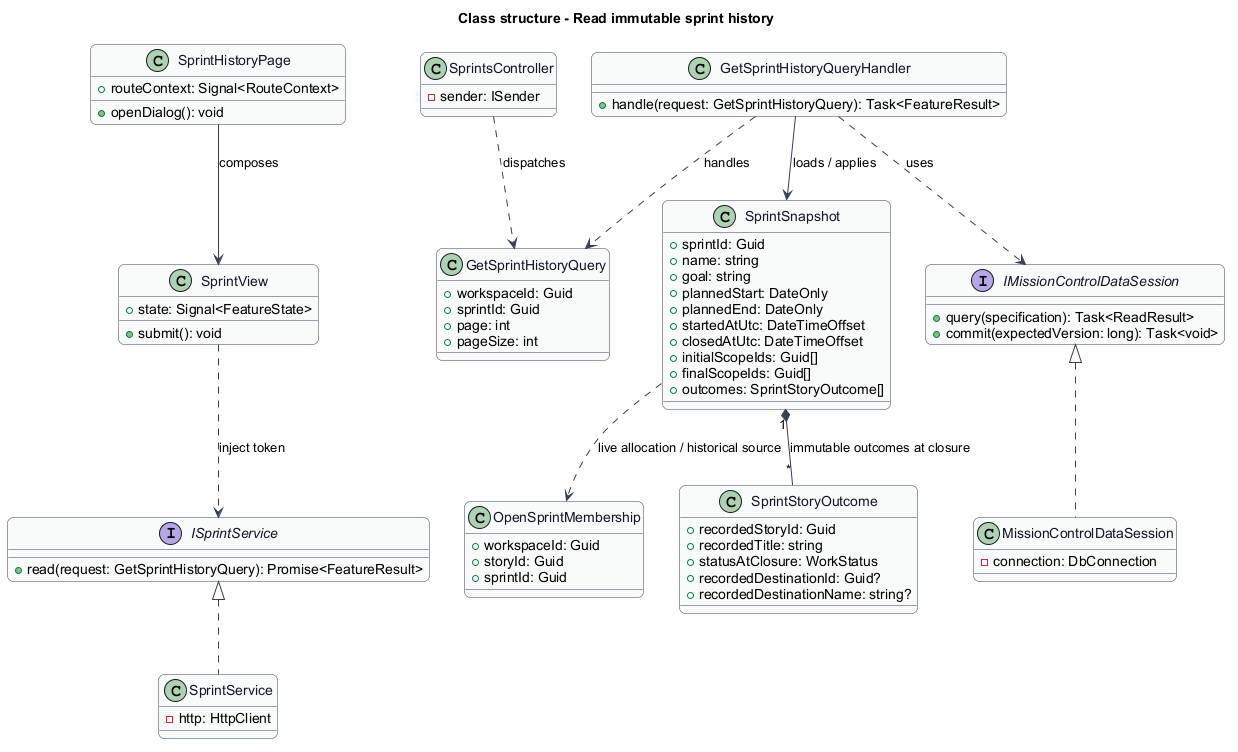
Above: docs/detailed-designs/scrum/read-sprint-history/diagrams/class-structure.png in QuinntyneBrown/mission-control (PlantUML), before the change. The source it was exported from:
```plantuml
@startuml
skinparam backgroundColor #FFFFFF
skinparam shadowing false
skinparam roundcorner 12
skinparam defaultFontName Arial
skinparam ArrowColor #344054
skinparam rectangle {
  BorderColor #344054
  FontColor #101828
}
skinparam package {
  BorderColor #667085
  FontColor #101828
  BackgroundColor #F9FAFB
}
title Class structure - Read immutable sprint history
skinparam class {
  BorderColor #344054
  FontColor #101828
  BackgroundColor #F9FAFB
}
class SprintHistoryPage {
  +routeContext: Signal<RouteContext>
  +openDialog(): void
}
class SprintView {
  +state: Signal<FeatureState>
  +submit(): void
}
interface ISprintService {
  +read(request: GetSprintHistoryQuery): Promise<FeatureResult>
}
class SprintService {
  -http: HttpClient
}
class SprintsController {
  -sender: ISender
}
class SprintSnapshot {
  +sprintId: Guid
  +name: string
  +goal: string
  +plannedStart: DateOnly
  +plannedEnd: DateOnly
  +startedAtUtc: DateTimeOffset
  +closedAtUtc: DateTimeOffset
  +initialScopeIds: Guid[]
  +finalScopeIds: Guid[]
  +outcomes: SprintStoryOutcome[]
}
interface IMissionControlDataSession {
  +query(specification): Task<ReadResult>
  +commit(expectedVersion: long): Task<void>
}
class MissionControlDataSession {
  -connection: DbConnection
}
SprintHistoryPage --> SprintView : composes
SprintView ..> ISprintService : inject token
ISprintService <|.. SprintService
IMissionControlDataSession <|.. MissionControlDataSession
class GetSprintHistoryQuery {
  +workspaceId: Guid
  +sprintId: Guid
  +page: int
  +pageSize: int
}
class GetSprintHistoryQueryHandler {
  +handle(request: GetSprintHistoryQuery): Task<FeatureResult>
}
SprintsController ..> GetSprintHistoryQuery : dispatches
GetSprintHistoryQueryHandler ..> GetSprintHistoryQuery : handles
GetSprintHistoryQueryHandler --> SprintSnapshot : loads / applies
GetSprintHistoryQueryHandler ..> IMissionControlDataSession : uses

class OpenSprintMembership {
  +workspaceId: Guid
  +storyId: Guid
  +sprintId: Guid
}
class SprintStoryOutcome {
  +recordedStoryId: Guid
  +recordedTitle: string
  +statusAtClosure: WorkStatus
  +recordedDestinationId: Guid?
  +recordedDestinationName: string?
}
SprintSnapshot "1" *-- "*" SprintStoryOutcome : immutable outcomes at closure
SprintSnapshot ..> OpenSprintMembership : live allocation / historical source
@enduml
```
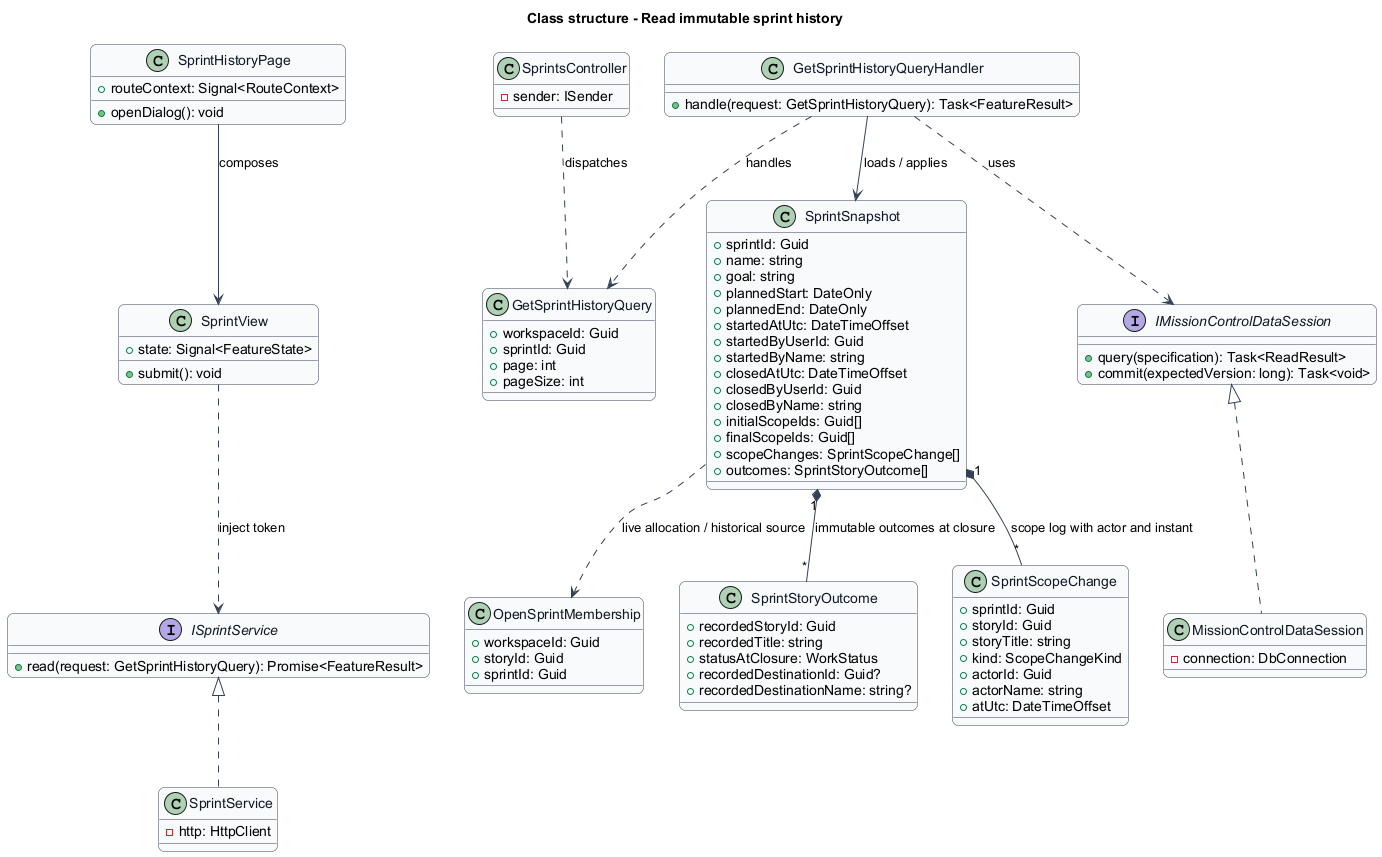
After the commit.

What changed in the source:
```diff
@@ -43,9 +43,14 @@
   +plannedStart: DateOnly
   +plannedEnd: DateOnly
   +startedAtUtc: DateTimeOffset
+  +startedByUserId: Guid
+  +startedByName: string
   +closedAtUtc: DateTimeOffset
+  +closedByUserId: Guid
+  +closedByName: string
   +initialScopeIds: Guid[]
   +finalScopeIds: Guid[]
+  +scopeChanges: SprintScopeChange[]
   +outcomes: SprintStoryOutcome[]
 }
 interface IMissionControlDataSession {
@@ -85,6 +90,16 @@
   +recordedDestinationId: Guid?
   +recordedDestinationName: string?
 }
+class SprintScopeChange {
+  +sprintId: Guid
+  +storyId: Guid
+  +storyTitle: string
+  +kind: ScopeChangeKind
+  +actorId: Guid
+  +actorName: string
+  +atUtc: DateTimeOffset
+}
 SprintSnapshot "1" *-- "*" SprintStoryOutcome : immutable outcomes at closure
+SprintSnapshot "1" *-- "*" SprintScopeChange : scope log with actor and instant
 SprintSnapshot ..> OpenSprintMembership : live allocation / historical source
 @enduml
```
